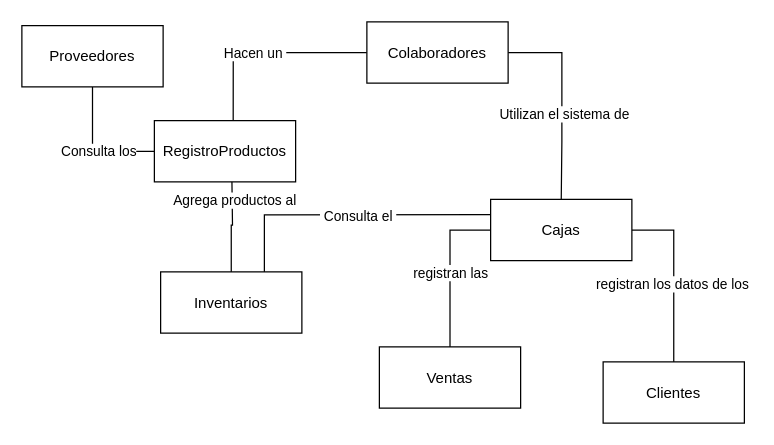
Above: Etapa 01/Modelo Conceptual.drawio in DannyST89/Proyecto-Final (draw.io), before the change. Source tidied: cells renumbered, new cells numbered last; positions are measured from the earlier drawing's top-left corner, leaving out a move shared by most shapes. Both pictures are drawn from the tidied source at 125%, with x=0, y=0 at pixel (21, 21).
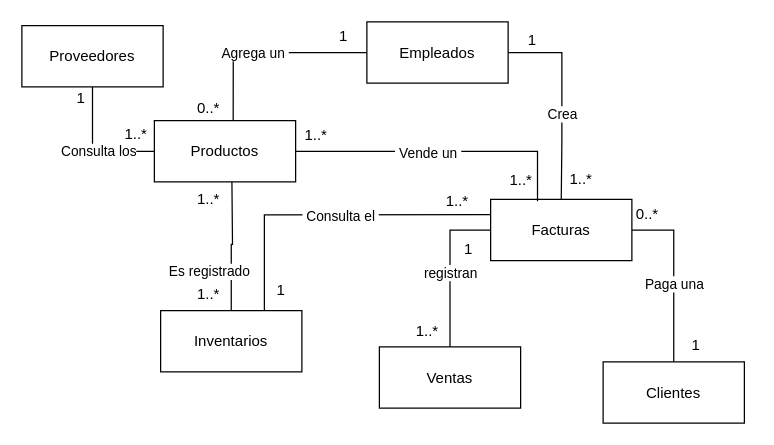
The same page after the edit.

Unchanged cells that the change refers to:
```xml
<mxCell id="2" style="edgeStyle=orthogonalEdgeStyle;rounded=0;jettySize=auto;html=1;entryX=0.5;entryY=0;entryDx=0;entryDy=0;endArrow=none;endFill=0;" parent="1" edge="1" source="6" target="11">
  <mxGeometry relative="1" as="geometry">
    <Array as="points">
      <mxPoint x="432" y="25" />
      <mxPoint x="432" y="96" />
    </Array>
  </mxGeometry>
</mxCell>
<mxCell id="4" style="edgeStyle=orthogonalEdgeStyle;rounded=0;jettySize=auto;html=1;endArrow=none;endFill=0;entryX=0.558;entryY=0;entryDx=0;entryDy=0;entryPerimeter=0;" parent="1" edge="1" source="6" target="19">
  <mxGeometry relative="1" as="geometry" />
</mxCell>
<mxCell id="7" style="edgeStyle=orthogonalEdgeStyle;rounded=0;jettySize=auto;html=1;entryX=0.5;entryY=0;entryDx=0;entryDy=0;exitX=0;exitY=0.5;exitDx=0;exitDy=0;endArrow=none;endFill=0;" parent="1" edge="1" source="11" target="18">
  <mxGeometry relative="1" as="geometry" />
</mxCell>
<mxCell id="9" style="edgeStyle=orthogonalEdgeStyle;rounded=0;jettySize=auto;html=1;exitX=1;exitY=0.5;exitDx=0;exitDy=0;endArrow=none;endFill=0;" parent="1" edge="1" source="11" target="17">
  <mxGeometry relative="1" as="geometry" />
</mxCell>
<mxCell id="14" style="edgeStyle=orthogonalEdgeStyle;rounded=0;jettySize=auto;html=1;endArrow=none;endFill=0;" parent="1" edge="1" source="16">
  <mxGeometry relative="1" as="geometry">
    <mxPoint x="168" y="124" as="targetPoint" />
  </mxGeometry>
</mxCell>
```

Diff of the diagram source:
```diff
@@
-    <mxCell id="3" value="&amp;nbsp;Utilizan el sistema de&amp;nbsp;" style="edgeLabel;html=1;align=center;verticalAlign=middle;" parent="2" vertex="1">
+    <mxCell id="3" value="Crea&amp;nbsp;" style="edgeLabel;html=1;align=center;verticalAlign=middle;" parent="2" vertex="1">
       <mxGeometry x="0.15" y="1" relative="1" as="geometry" />
     </mxCell>
@@
-    <mxCell id="5" value="&amp;nbsp;Hacen un&amp;nbsp;" style="edgeLabel;html=1;align=center;verticalAlign=middle;" parent="4" vertex="1">
+    <mxCell id="5" value="&amp;nbsp;Agrega un&amp;nbsp;" style="edgeLabel;html=1;align=center;verticalAlign=middle;" parent="4" vertex="1">
       <mxGeometry x="0.14" relative="1" as="geometry" />
     </mxCell>
-    <mxCell id="6" value="Colaboradores" style="rounded=0;whiteSpace=wrap;html=1;" parent="1" vertex="1">
+    <mxCell id="6" value="Empleados" style="rounded=0;whiteSpace=wrap;html=1;" parent="1" vertex="1">
       <mxGeometry x="276" width="113" height="49" as="geometry" />
     </mxCell>
@@
-    <mxCell id="8" value="&amp;nbsp;registran las&amp;nbsp;" style="edgeLabel;html=1;align=center;verticalAlign=middle;" parent="7" vertex="1">
+    <mxCell id="8" value="&amp;nbsp;registran&amp;nbsp;" style="edgeLabel;html=1;align=center;verticalAlign=middle;" parent="7" vertex="1">
       <mxGeometry x="0.05" relative="1" as="geometry" />
     </mxCell>
@@
-    <mxCell id="10" value="registran los datos de los&amp;nbsp;" style="edgeLabel;html=1;align=center;verticalAlign=middle;" parent="9" vertex="1">
+    <mxCell id="10" value="Paga una" style="edgeLabel;html=1;align=center;verticalAlign=middle;" parent="9" vertex="1">
       <mxGeometry x="0.09" relative="1" as="geometry" />
     </mxCell>
-    <mxCell id="11" value="Cajas" style="rounded=0;whiteSpace=wrap;html=1;" parent="1" vertex="1">
+    <mxCell id="11" value="Facturas" style="rounded=0;whiteSpace=wrap;html=1;" parent="1" vertex="1">
       <mxGeometry x="375" y="142" width="113" height="49" as="geometry" />
     </mxCell>
@@
-    <mxCell id="15" value="&amp;nbsp; Agrega productos al&amp;nbsp;" style="edgeLabel;html=1;align=center;verticalAlign=middle;" parent="14" vertex="1">
+    <mxCell id="15" value="Es registrado" style="edgeLabel;html=1;align=center;verticalAlign=middle;" parent="14" vertex="1">
       <mxGeometry x="0.25" y="2" relative="1" as="geometry">
-        <mxPoint x="2" y="-11" as="offset" />
+        <mxPoint x="-17" y="35" as="offset" />
       </mxGeometry>
     </mxCell>
     <mxCell id="16" value="Inventarios" style="rounded=0;whiteSpace=wrap;html=1;" parent="1" vertex="1">
-      <mxGeometry x="111" y="200" width="113" height="49" as="geometry" />
+      <mxGeometry x="111" y="231" width="113" height="49" as="geometry" />
     </mxCell>
@@
+    <mxCell id="23" style="edgeStyle=orthogonalEdgeStyle;rounded=0;jettySize=auto;html=1;entryX=0.332;entryY=0.029;entryDx=0;entryDy=0;entryPerimeter=0;endArrow=none;endFill=0;" parent="1" edge="1" source="19" target="11">
+      <mxGeometry relative="1" as="geometry" />
+    </mxCell>
+    <mxCell id="24" value="&amp;nbsp;Vende un&amp;nbsp;" style="edgeLabel;html=1;align=center;verticalAlign=middle;" parent="23" vertex="1">
+      <mxGeometry x="-0.1" y="-1" relative="1" as="geometry" />
+    </mxCell>
-    <mxCell id="19" value="RegistroProductos" style="rounded=0;whiteSpace=wrap;html=1;" parent="1" vertex="1">
+    <mxCell id="19" value="Productos" style="rounded=0;whiteSpace=wrap;html=1;" parent="1" vertex="1">
       <mxGeometry x="106" y="79" width="113" height="49" as="geometry" />
     </mxCell>
@@
+    <mxCell id="25" value="1" style="text;html=1;align=center;verticalAlign=middle;strokeColor=none;fillColor=none;" parent="1" vertex="1">
+      <mxGeometry x="38" y="52" width="17" height="18" as="geometry" />
+    </mxCell>
+    <mxCell id="26" value="1..*" style="text;html=1;align=center;verticalAlign=middle;strokeColor=none;fillColor=none;" parent="1" vertex="1">
+      <mxGeometry x="77" y="81" width="28" height="18" as="geometry" />
+    </mxCell>
+    <mxCell id="27" value="1" style="text;html=1;align=center;verticalAlign=middle;strokeColor=none;fillColor=none;" parent="1" vertex="1">
+      <mxGeometry x="248" y="3" width="17" height="18" as="geometry" />
+    </mxCell>
+    <mxCell id="28" value="0..*" style="text;html=1;align=center;verticalAlign=middle;strokeColor=none;fillColor=none;" parent="1" vertex="1">
+      <mxGeometry x="135" y="60" width="28" height="18" as="geometry" />
+    </mxCell>
+    <mxCell id="29" value="1..*" style="text;html=1;align=center;verticalAlign=middle;strokeColor=none;fillColor=none;" parent="1" vertex="1">
+      <mxGeometry x="385" y="118" width="28" height="18" as="geometry" />
+    </mxCell>
+    <mxCell id="30" value="1..*" style="text;html=1;align=center;verticalAlign=middle;strokeColor=none;fillColor=none;" parent="1" vertex="1">
+      <mxGeometry x="221" y="82" width="28" height="18" as="geometry" />
+    </mxCell>
+    <mxCell id="31" value="1" style="text;html=1;align=center;verticalAlign=middle;strokeColor=none;fillColor=none;" parent="1" vertex="1">
+      <mxGeometry x="399" y="6" width="17" height="18" as="geometry" />
+    </mxCell>
+    <mxCell id="32" value="1..*" style="text;html=1;align=center;verticalAlign=middle;strokeColor=none;fillColor=none;" parent="1" vertex="1">
+      <mxGeometry x="433" y="117" width="28" height="18" as="geometry" />
+    </mxCell>
+    <mxCell id="33" value="0..*" style="text;html=1;align=center;verticalAlign=middle;strokeColor=none;fillColor=none;" parent="1" vertex="1">
+      <mxGeometry x="486" y="145" width="28" height="18" as="geometry" />
+    </mxCell>
+    <mxCell id="34" value="1" style="text;html=1;align=center;verticalAlign=middle;strokeColor=none;fillColor=none;" parent="1" vertex="1">
+      <mxGeometry x="530" y="250" width="17" height="18" as="geometry" />
+    </mxCell>
+    <mxCell id="35" value="1..*" style="text;html=1;align=center;verticalAlign=middle;strokeColor=none;fillColor=none;" parent="1" vertex="1">
+      <mxGeometry x="310" y="239" width="28" height="18" as="geometry" />
+    </mxCell>
+    <mxCell id="36" value="1" style="text;html=1;align=center;verticalAlign=middle;strokeColor=none;fillColor=none;" parent="1" vertex="1">
+      <mxGeometry x="348" y="173" width="17" height="18" as="geometry" />
+    </mxCell>
+    <mxCell id="37" value="1" style="text;html=1;align=center;verticalAlign=middle;strokeColor=none;fillColor=none;" parent="1" vertex="1">
+      <mxGeometry x="198" y="206" width="17" height="18" as="geometry" />
+    </mxCell>
+    <mxCell id="38" value="1..*" style="text;html=1;align=center;verticalAlign=middle;strokeColor=none;fillColor=none;" parent="1" vertex="1">
+      <mxGeometry x="334" y="135" width="28" height="18" as="geometry" />
+    </mxCell>
+    <mxCell id="39" value="1..*" style="text;html=1;align=center;verticalAlign=middle;strokeColor=none;fillColor=none;" parent="1" vertex="1">
+      <mxGeometry x="135" y="209" width="28" height="18" as="geometry" />
+    </mxCell>
+    <mxCell id="40" value="1..*" style="text;html=1;align=center;verticalAlign=middle;strokeColor=none;fillColor=none;rotation=0;" parent="1" vertex="1">
+      <mxGeometry x="135" y="133" width="28" height="18" as="geometry" />
+    </mxCell>
```
